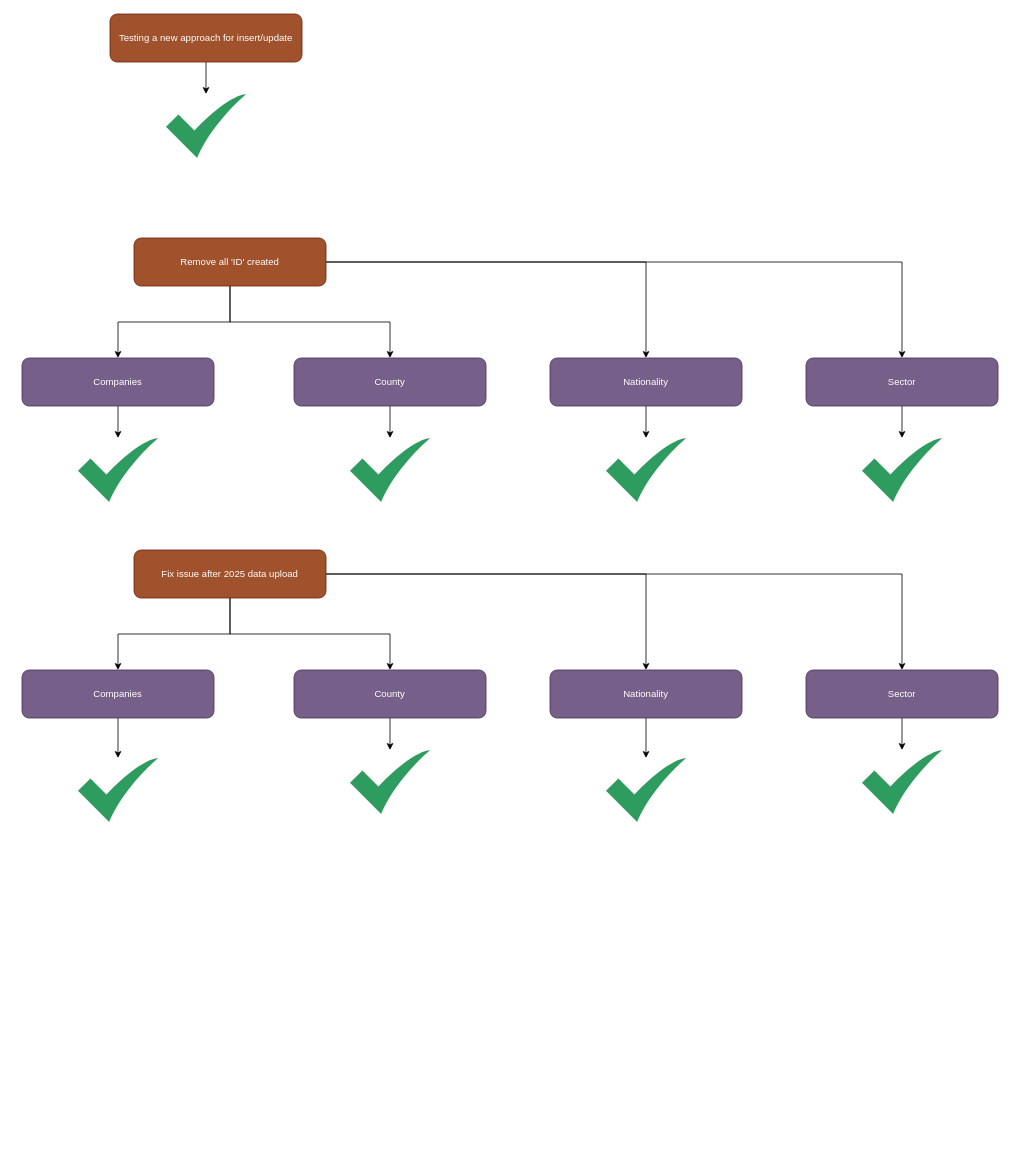
Earlier version of the draw.io diagram page "done" (3 of 3) of assets/notes.drawio (vinicius-silva-ep/ie-employment-permit). Source tidied: cells renumbered, new cells numbered last; positions are measured from the earlier drawing's top-left corner, leaving out a move shared by most shapes. Both pictures are drawn from the tidied source at 80%, with x=0, y=0 at pixel (22, 14).
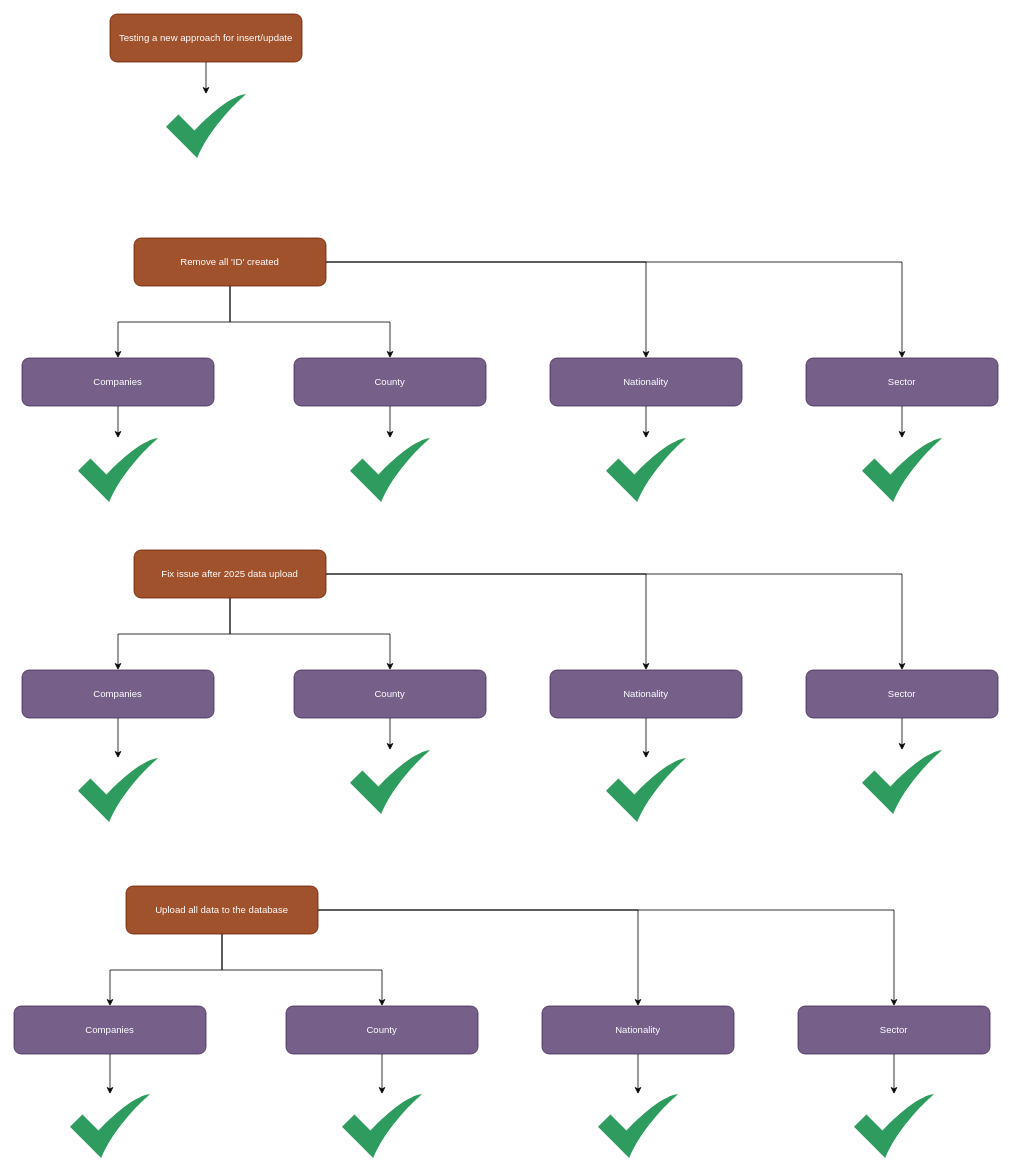
The same page after the edit.

Commit message (it also covers changes not shown here):
feat: Upload all data to the database

What changed in the source:
```diff
@@
+    <mxCell id="39" style="edgeStyle=orthogonalEdgeStyle;rounded=0;jettySize=auto;html=1;" parent="1" edge="1" source="43" target="45">
+      <mxGeometry relative="1" as="geometry" />
+    </mxCell>
+    <mxCell id="40" style="edgeStyle=orthogonalEdgeStyle;rounded=0;jettySize=auto;html=1;" parent="1" edge="1" source="43" target="47">
+      <mxGeometry relative="1" as="geometry" />
+    </mxCell>
+    <mxCell id="41" style="edgeStyle=orthogonalEdgeStyle;rounded=0;jettySize=auto;html=1;" parent="1" edge="1" source="43" target="49">
+      <mxGeometry relative="1" as="geometry" />
+    </mxCell>
+    <mxCell id="42" style="edgeStyle=orthogonalEdgeStyle;rounded=0;jettySize=auto;html=1;" parent="1" edge="1" source="43" target="51">
+      <mxGeometry relative="1" as="geometry" />
+    </mxCell>
+    <mxCell id="43" value="Upload all data to the database" style="rounded=1;whiteSpace=wrap;html=1;fillColor=#a0522d;fontColor=#ffffff;strokeColor=#6D1F00;" parent="1" vertex="1">
+      <mxGeometry x="130" y="1090" width="240" height="60" as="geometry" />
+    </mxCell>
+    <mxCell id="44" style="edgeStyle=orthogonalEdgeStyle;rounded=0;jettySize=auto;html=1;" parent="1" edge="1" source="45" target="52">
+      <mxGeometry relative="1" as="geometry" />
+    </mxCell>
+    <mxCell id="45" value="Companies" style="rounded=1;whiteSpace=wrap;html=1;fillColor=#76608a;fontColor=#ffffff;strokeColor=#432D57;" parent="1" vertex="1">
+      <mxGeometry x="-10" y="1240" width="240" height="60" as="geometry" />
+    </mxCell>
+    <mxCell id="46" style="edgeStyle=orthogonalEdgeStyle;rounded=0;jettySize=auto;html=1;" parent="1" edge="1" source="47" target="53">
+      <mxGeometry relative="1" as="geometry" />
+    </mxCell>
+    <mxCell id="47" value="County" style="rounded=1;whiteSpace=wrap;html=1;fillColor=#76608a;fontColor=#ffffff;strokeColor=#432D57;" parent="1" vertex="1">
+      <mxGeometry x="330" y="1240" width="240" height="60" as="geometry" />
+    </mxCell>
+    <mxCell id="48" style="edgeStyle=orthogonalEdgeStyle;rounded=0;jettySize=auto;html=1;" parent="1" edge="1" source="49" target="54">
+      <mxGeometry relative="1" as="geometry" />
+    </mxCell>
+    <mxCell id="49" value="Nationality" style="rounded=1;whiteSpace=wrap;html=1;fillColor=#76608a;fontColor=#ffffff;strokeColor=#432D57;" parent="1" vertex="1">
+      <mxGeometry x="650" y="1240" width="240" height="60" as="geometry" />
+    </mxCell>
+    <mxCell id="50" style="edgeStyle=orthogonalEdgeStyle;rounded=0;jettySize=auto;html=1;" parent="1" edge="1" source="51" target="55">
+      <mxGeometry relative="1" as="geometry" />
+    </mxCell>
+    <mxCell id="51" value="Sector" style="rounded=1;whiteSpace=wrap;html=1;fillColor=#76608a;fontColor=#ffffff;strokeColor=#432D57;" parent="1" vertex="1">
+      <mxGeometry x="970" y="1240" width="240" height="60" as="geometry" />
+    </mxCell>
+    <mxCell id="52" style="sketch=0;html=1;strokeColor=none;shadow=0;align=center;fillColor=#2D9C5E;verticalAlign=top;labelPosition=center;verticalLabelPosition=bottom;shape=mxgraph.gcp2.check;" parent="1" vertex="1">
+      <mxGeometry x="60" y="1350" width="100" height="80" as="geometry" />
+    </mxCell>
+    <mxCell id="53" style="sketch=0;html=1;strokeColor=none;shadow=0;align=center;fillColor=#2D9C5E;verticalAlign=top;labelPosition=center;verticalLabelPosition=bottom;shape=mxgraph.gcp2.check;" parent="1" vertex="1">
+      <mxGeometry x="400" y="1350" width="100" height="80" as="geometry" />
+    </mxCell>
+    <mxCell id="54" style="sketch=0;html=1;strokeColor=none;shadow=0;align=center;fillColor=#2D9C5E;verticalAlign=top;labelPosition=center;verticalLabelPosition=bottom;shape=mxgraph.gcp2.check;" parent="1" vertex="1">
+      <mxGeometry x="720" y="1350" width="100" height="80" as="geometry" />
+    </mxCell>
+    <mxCell id="55" style="sketch=0;html=1;strokeColor=none;shadow=0;align=center;fillColor=#2D9C5E;verticalAlign=top;labelPosition=center;verticalLabelPosition=bottom;shape=mxgraph.gcp2.check;" parent="1" vertex="1">
+      <mxGeometry x="1040" y="1350" width="100" height="80" as="geometry" />
+    </mxCell>
```
